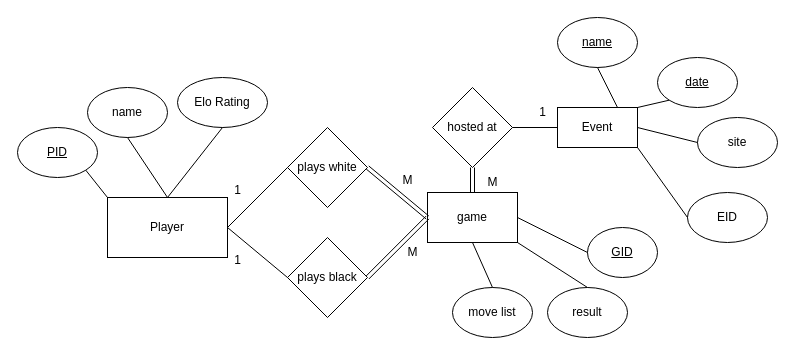
This is CS6016/Untitled Diagram.drawio from Branden-Frieden/MSD, a draw.io file, before an edit. Source tidied: cells renumbered, new cells numbered last; positions are measured from the earlier drawing's top-left corner, leaving out a move shared by most shapes. Both pictures are drawn from the tidied source at 100%, with x=0, y=0 at pixel (17, 17).
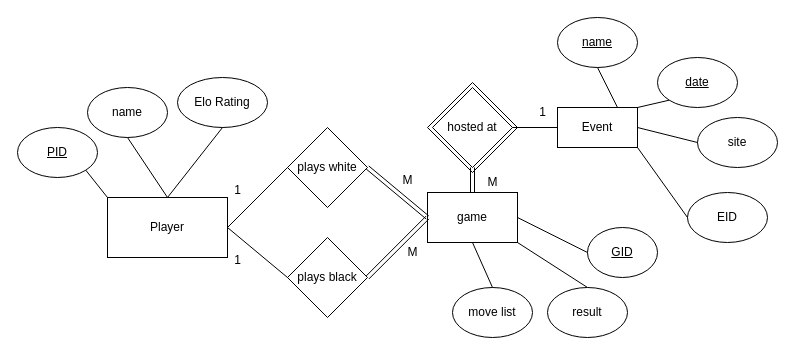
Above is the later version.

Diff of the diagram source:
```diff
@@
+    <mxCell id="40" style="rhombus;whiteSpace=wrap;html=1;" parent="1" vertex="1">
+      <mxGeometry x="410" y="65" width="90" height="90" as="geometry" />
+    </mxCell>
```
